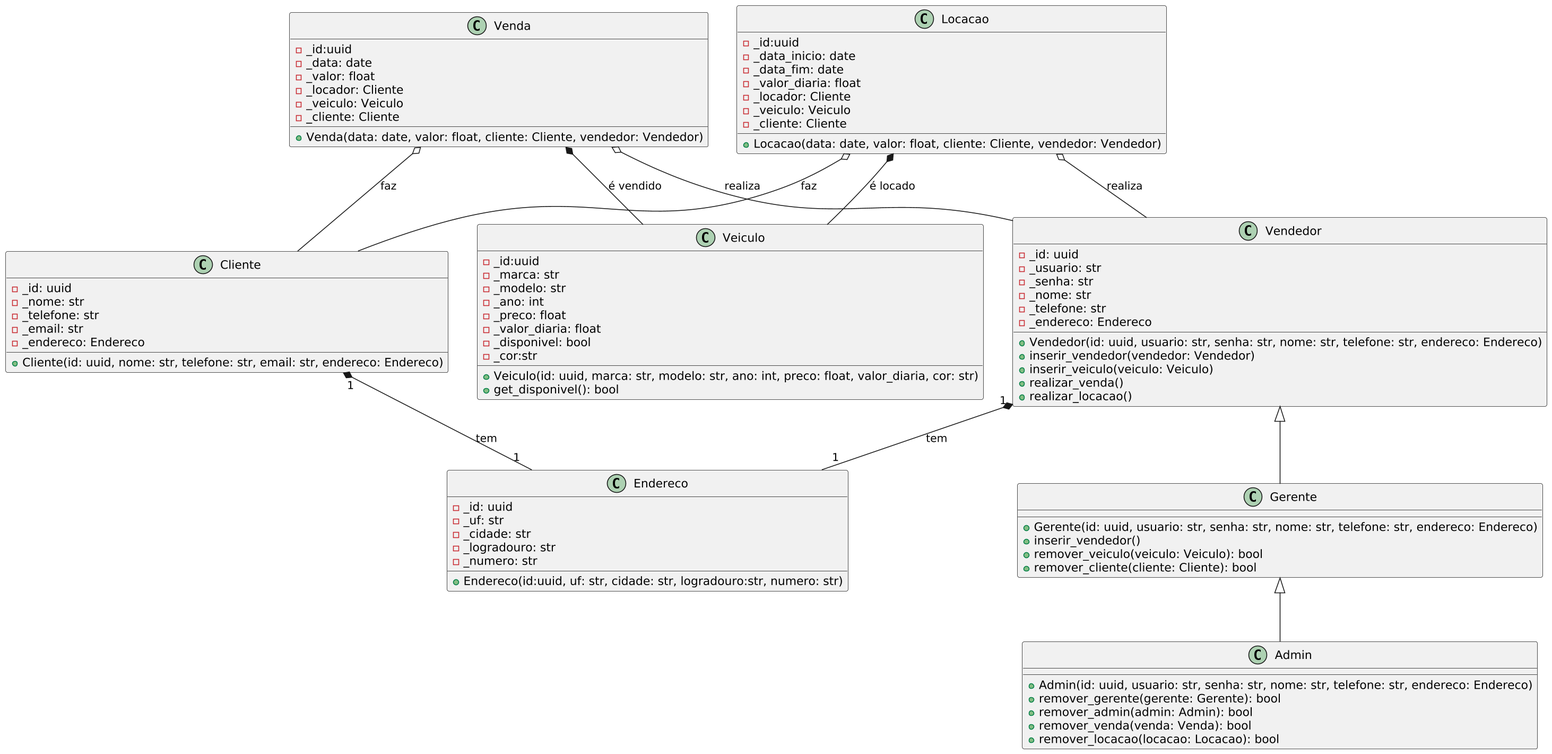
Earlier version of the PlantUML export Modelagem/image.png (gabrielraulino/DS-Persist-SmartAuto).
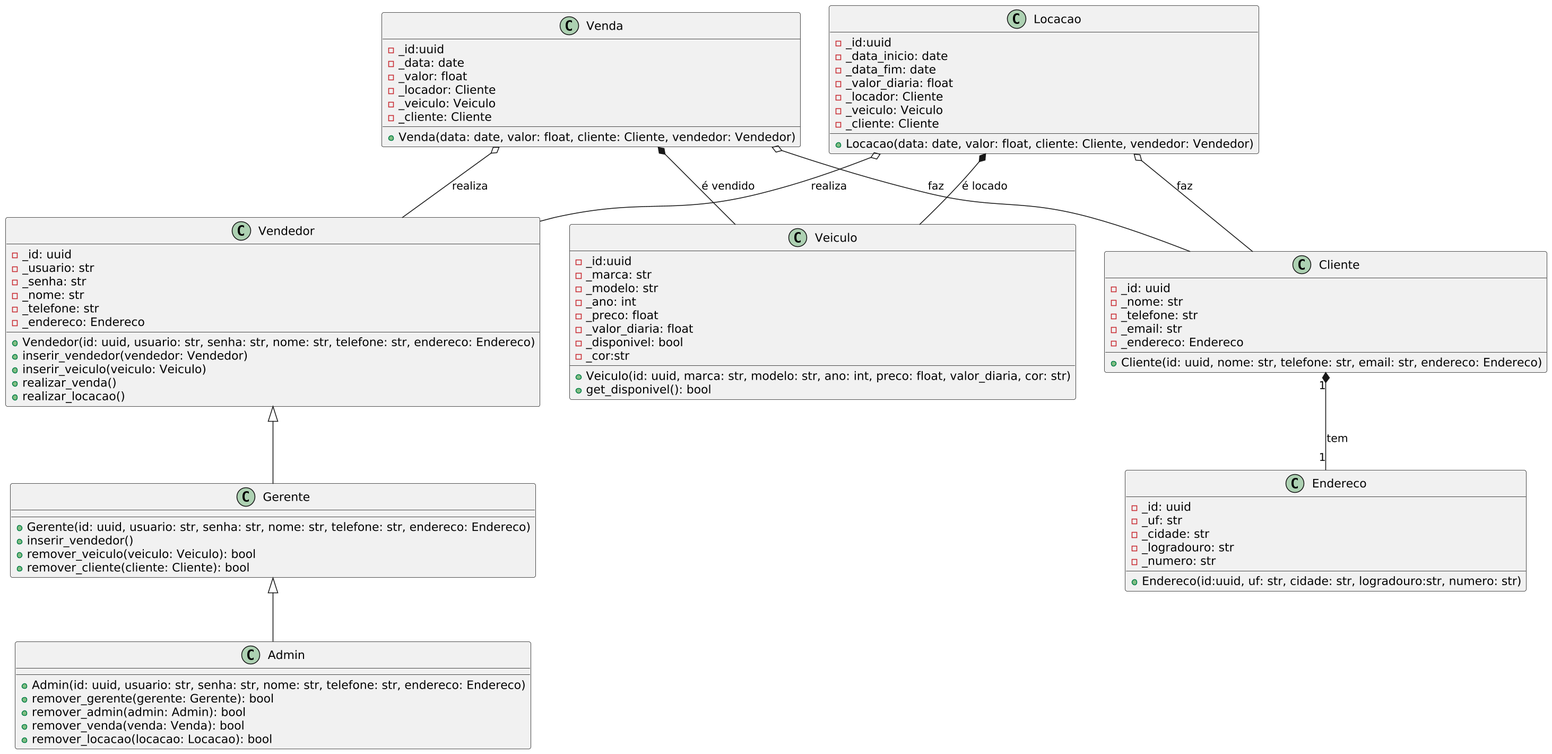
The same diagram one commit later.

Commit message:
docs(modelagem): atualização imagem diagrama(herança e endereço)

Change to the diagram source:
```diff
@@ -101,5 +101,4 @@
 Locacao o-- Vendedor : "realiza"
 
 Cliente "1"*-- "1"Endereco : "tem"
-Vendedor "1"*-- "1" Endereco : "tem"
 @enduml
```
